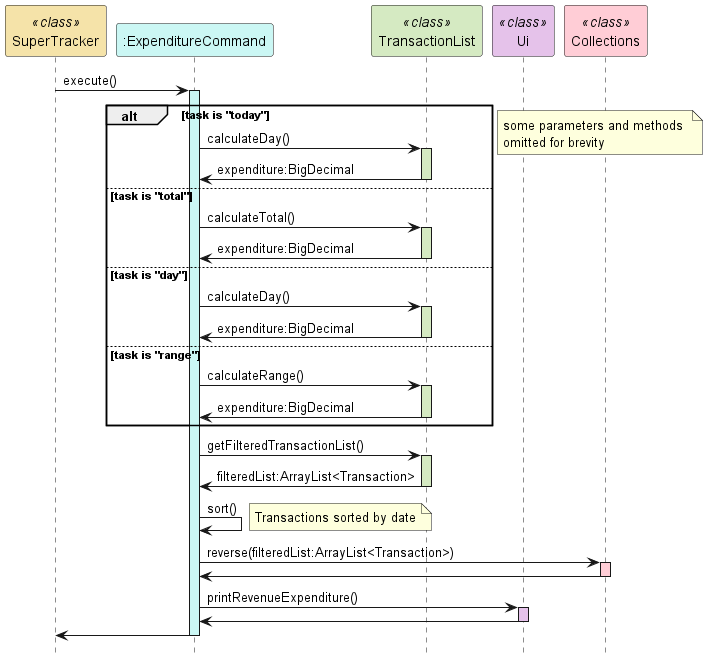
rismm/tp keeps this PlantUML diagram as docs/uml-diagrams/ExpenditureCommandSequence.png. Above is the earlier version.
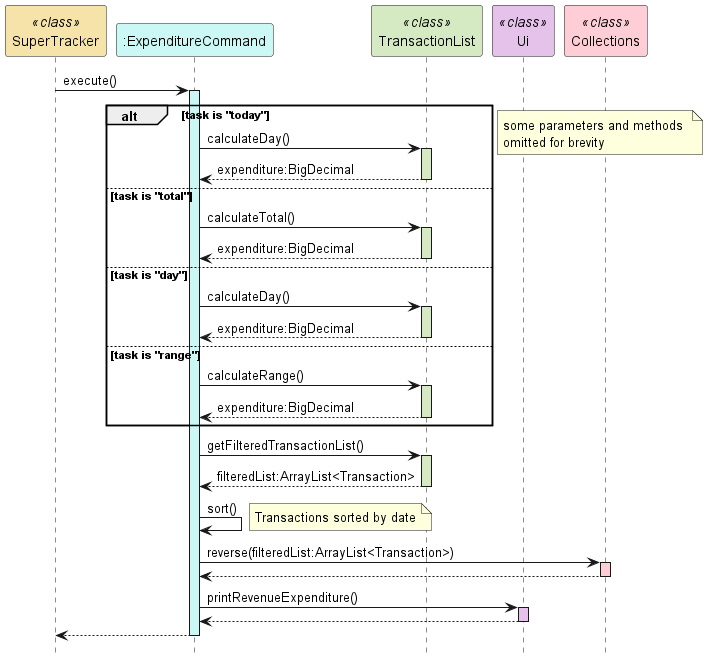
Later version of the same file.

Commit message:
Fix UML diagrams

What changed in the source:
```diff
@@ -11,32 +11,32 @@
 alt task is "today"
     ExpenditureCommand -> TransactionList : calculateDay()
     activate TransactionList #d5eac2
-    TransactionList -> ExpenditureCommand : expenditure:BigDecimal
+    TransactionList --> ExpenditureCommand : expenditure:BigDecimal
     deactivate TransactionList
 
 else task is "total"
     ExpenditureCommand -> TransactionList : calculateTotal()
     activate TransactionList #d5eac2
-    TransactionList -> ExpenditureCommand : expenditure:BigDecimal
+    TransactionList --> ExpenditureCommand : expenditure:BigDecimal
     deactivate TransactionList
 
 else task is "day"
     ExpenditureCommand -> TransactionList : calculateDay()
     activate TransactionList #d5eac2
-    TransactionList -> ExpenditureCommand : expenditure:BigDecimal
+    TransactionList --> ExpenditureCommand : expenditure:BigDecimal
     deactivate TransactionList
 
 else task is "range"
     ExpenditureCommand -> TransactionList : calculateRange()
     activate TransactionList #d5eac2
-    TransactionList -> ExpenditureCommand : expenditure:BigDecimal
+    TransactionList --> ExpenditureCommand : expenditure:BigDecimal
     deactivate TransactionList
 end
 note right : some parameters and methods \nomitted for brevity
 
 ExpenditureCommand -> TransactionList : getFilteredTransactionList()
 activate TransactionList #d5eac2
-TransactionList -> ExpenditureCommand : filteredList:ArrayList<Transaction>
+TransactionList --> ExpenditureCommand : filteredList:ArrayList<Transaction>
 deactivate TransactionList
 
 ExpenditureCommand -> ExpenditureCommand : sort()
@@ -44,15 +44,15 @@
 
 ExpenditureCommand -> Collections : reverse(filteredList:ArrayList<Transaction>)
 activate Collections #ffcdd6
-Collections -> ExpenditureCommand
+Collections --> ExpenditureCommand
 deactivate Collections
 
 ExpenditureCommand -> Ui : printRevenueExpenditure()
 activate Ui #e5c2ea
-Ui -> ExpenditureCommand
+Ui --> ExpenditureCommand
 deactivate Ui
 
-ExpenditureCommand -> SuperTracker
+ExpenditureCommand --> SuperTracker
 deactivate ExpenditureCommand
 
 @enduml
```
